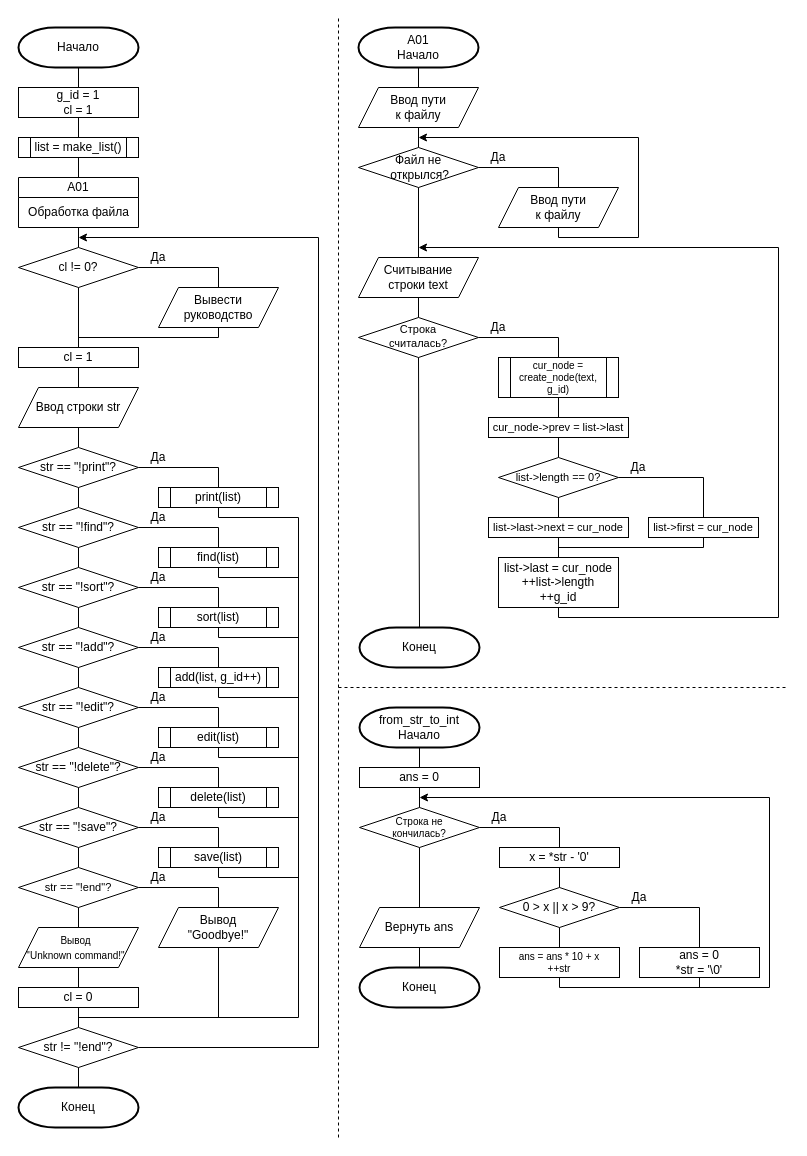
This is page "main+from(2)" (1 of 11) of images/Схема алгоритма.drawio from DexTver/course_work_sql, a draw.io file, before an edit. Source tidied: cells renumbered, new cells numbered last; positions are measured from the earlier drawing's top-left corner, leaving out a move shared by most shapes. Both pictures are drawn from the tidied source at 100%, with x=0, y=0 at pixel (18, 17).
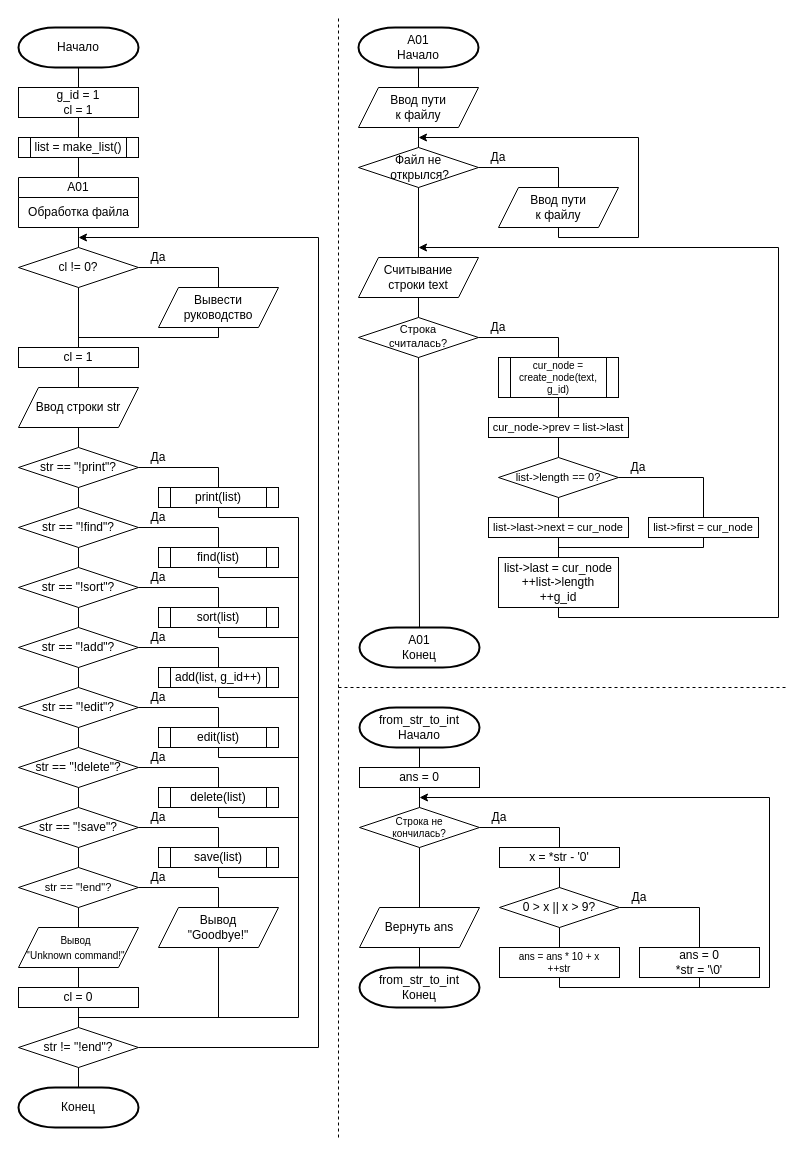
The same page after the edit.

The edit, as a diff of the source:
```diff
@@
-    <mxCell id="21" value="Конец" style="strokeWidth=2;html=1;shape=mxgraph.flowchart.terminator;whiteSpace=wrap;" parent="1" vertex="1">
+    <mxCell id="21" value="&lt;div&gt;A01&lt;/div&gt;Конец" style="strokeWidth=2;html=1;shape=mxgraph.flowchart.terminator;whiteSpace=wrap;" parent="1" vertex="1">
       <mxGeometry x="341" y="610" width="120" height="40" as="geometry" />
     </mxCell>
@@
-    <mxCell id="115" value="Конец" style="strokeWidth=2;html=1;shape=mxgraph.flowchart.terminator;whiteSpace=wrap;" parent="1" vertex="1">
+    <mxCell id="115" value="&lt;div&gt;from_str_to_int&lt;/div&gt;Конец" style="strokeWidth=2;html=1;shape=mxgraph.flowchart.terminator;whiteSpace=wrap;" parent="1" vertex="1">
       <mxGeometry x="341" y="950" width="120" height="40" as="geometry" />
     </mxCell>
```
